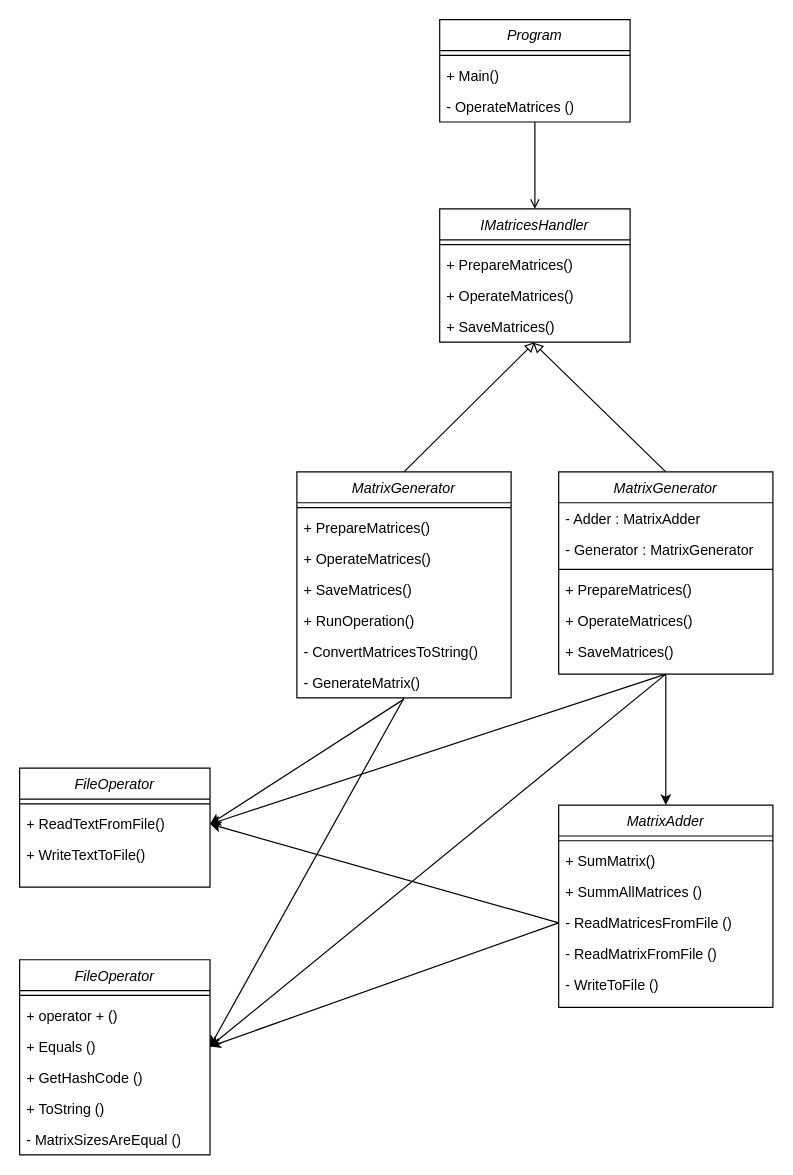
TimeToRave/AdapterPattern keeps this draw.io diagram as ClassDiagram.drawio. Above is the earlier version. Source tidied: cells renumbered, new cells numbered last; positions are measured from the earlier drawing's top-left corner, leaving out a move shared by most shapes. Both pictures are drawn from the tidied source at 119%, with x=0, y=0 at pixel (19, 19).
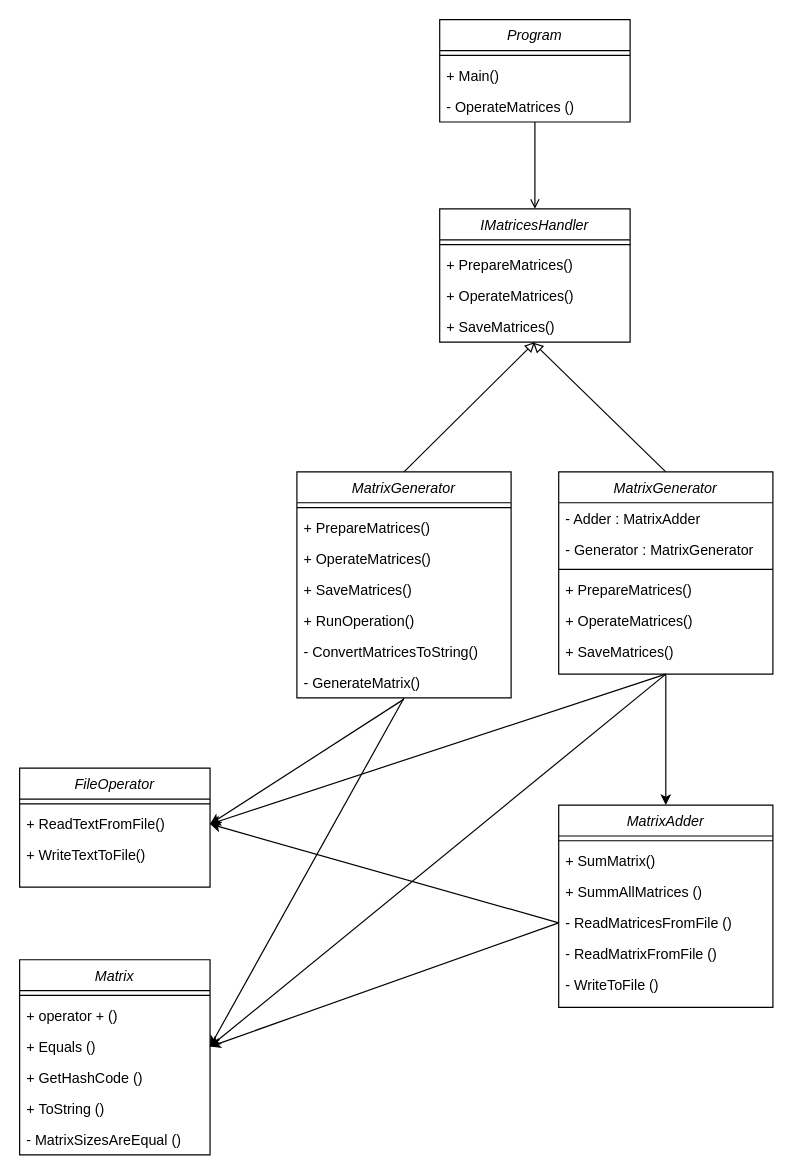
Above is the later version.

Commit message (it also covers changes not shown here):
Актуализация даиграммы классов

The change refers to these unchanged cells:
```xml
<mxCell id="33" style="group;" parent="32" vertex="1">
  <mxGeometry width="160" height="164" as="geometry" />
</mxCell>
```

The edit, as a diff of the source:
```diff
@@
-    <mxCell id="34" value="FileOperator" style="swimlane;fontStyle=2;align=center;verticalAlign=top;horizontal=1;startSize=26;rounded=0;shadow=0;strokeWidth=1;" parent="33" vertex="1">
+    <mxCell id="34" value="Matrix" style="swimlane;fontStyle=2;align=center;verticalAlign=top;horizontal=1;startSize=26;rounded=0;shadow=0;strokeWidth=1;" parent="33" vertex="1">
       <mxGeometry width="160" height="164" as="geometry" />
     </mxCell>
```
